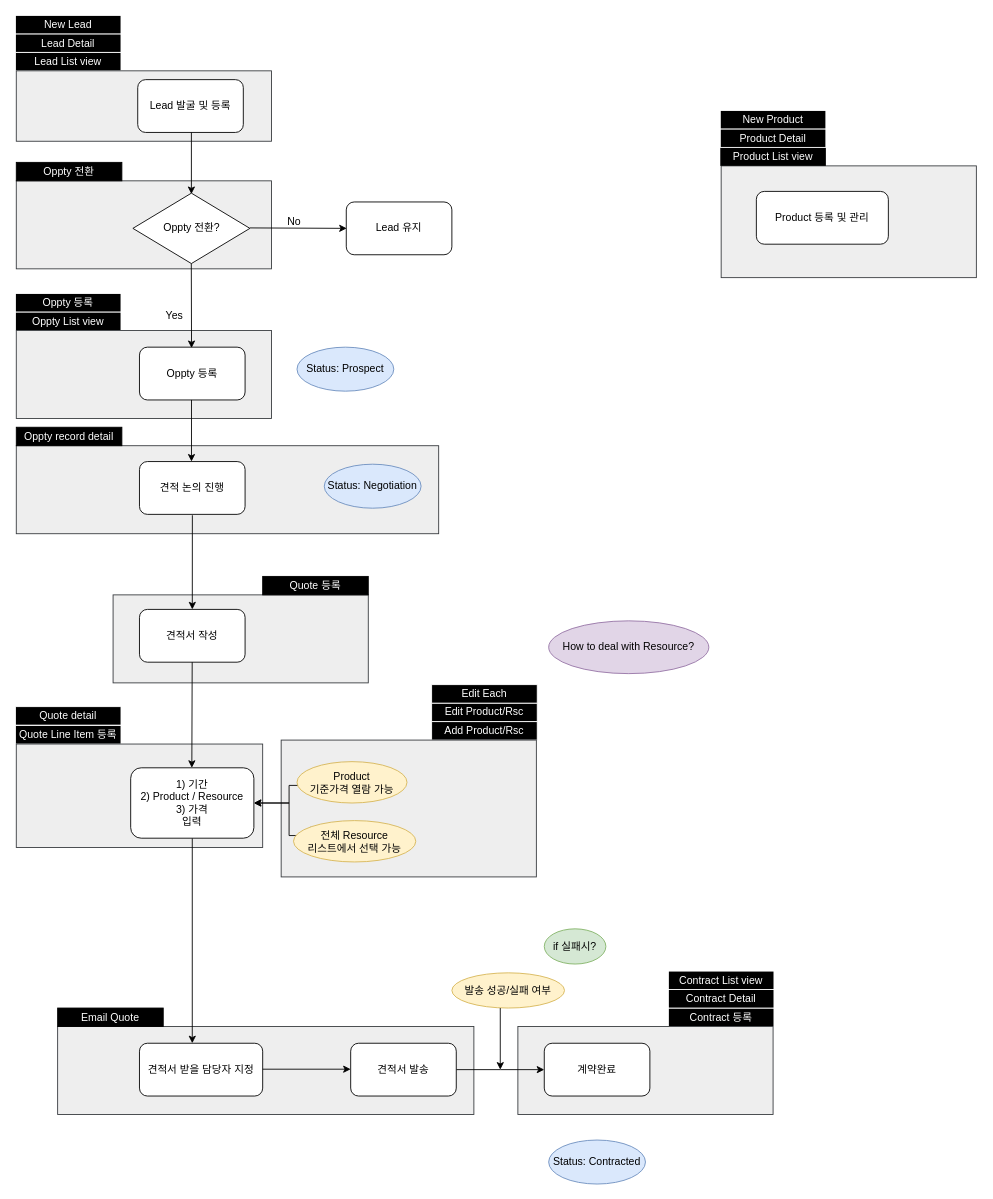
Before: page "Lead - Contract" (7 of 8) of cknet 오브젝트 및 프로세스.drawio in cknet-saleforce/newyork, a draw.io diagram. Source tidied: cells renumbered, new cells numbered last; positions are measured from the earlier drawing's top-left corner, leaving out a move shared by most shapes. Both pictures are drawn from the tidied source at 88%, with x=0, y=0 at pixel (15, 15).
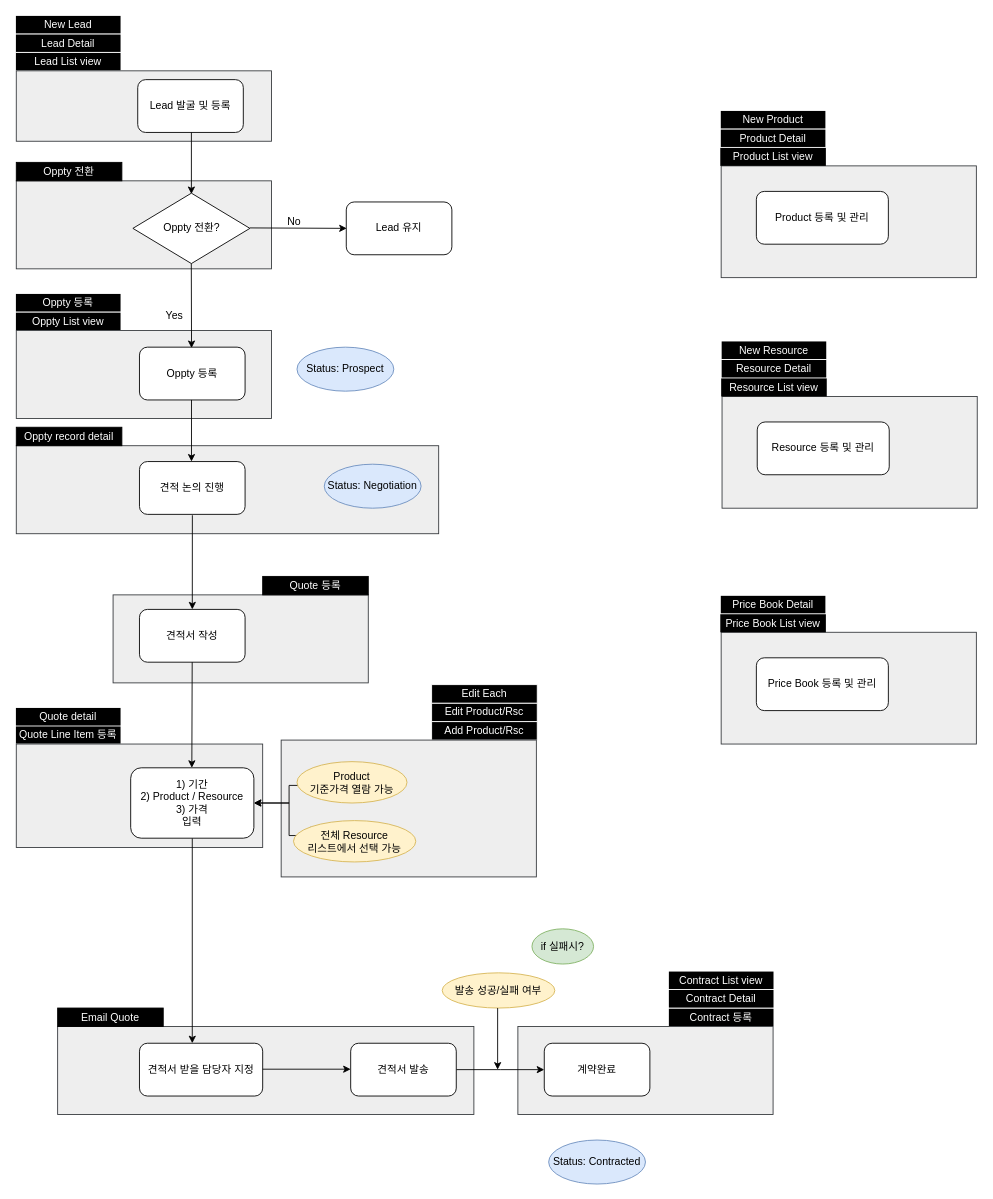
Above is the later version.

Commit message:
Resource, Price Book added

Diff of the diagram source:
```diff
@@
     <mxCell id="31" value="if 실패시?" style="ellipse;whiteSpace=wrap;html=1;fillColor=#d5e8d4;strokeColor=#82b366;" parent="1" vertex="1">
-      <mxGeometry x="601" y="1038" width="70" height="40" as="geometry" />
+      <mxGeometry x="587" y="1038" width="70" height="40" as="geometry" />
     </mxCell>
@@
     <mxCell id="42" value="발송 성공/실패 여부" style="ellipse;whiteSpace=wrap;html=1;fillColor=#fff2cc;strokeColor=#d6b656;" parent="1" vertex="1">
-      <mxGeometry x="496" y="1088" width="128" height="40" as="geometry" />
+      <mxGeometry x="485" y="1088" width="128" height="40" as="geometry" />
     </mxCell>
@@
     <mxCell id="53" style="endArrow=classic;html=1;rounded=0;entryX=0.5;entryY=0;entryDx=0;entryDy=0;exitX=0.5;exitY=1;exitDx=0;exitDy=0;" parent="1" edge="1">
       <mxGeometry relative="1" as="geometry">
-        <mxPoint x="551" y="1128" as="sourcePoint" />
-        <mxPoint x="551" y="1198" as="targetPoint" />
+        <mxPoint x="548" y="1128" as="sourcePoint" />
+        <mxPoint x="548" y="1198" as="targetPoint" />
       </mxGeometry>
     </mxCell>
@@
     <mxCell id="55" value="Quote detail" style="rounded=0;whiteSpace=wrap;html=1;labelBackgroundColor=none;fillColor=#000000;fontColor=#FFFFFF;strokeColor=#FFFFFF;" parent="1" vertex="1">
-      <mxGeometry y="785.5" width="120" height="21" as="geometry" />
+      <mxGeometry y="786.5" width="120" height="21" as="geometry" />
     </mxCell>
-    <mxCell id="56" value="How to deal with Resource?" style="ellipse;whiteSpace=wrap;html=1;fillColor=#e1d5e7;strokeColor=#9673a6;" parent="1" vertex="1">
-      <mxGeometry x="606" y="688" width="182" height="60" as="geometry" />
-    </mxCell>
@@
+    <mxCell id="65" style="rounded=0;whiteSpace=wrap;html=1;fillColor=#eeeeee;strokeColor=#36393d;" parent="1" vertex="1">
+      <mxGeometry x="803" y="433" width="290" height="127" as="geometry" />
+    </mxCell>
+    <mxCell id="66" value="Resource List view" style="rounded=0;whiteSpace=wrap;html=1;labelBackgroundColor=none;fillColor=#000000;fontColor=#FFFFFF;strokeColor=none;" parent="1" vertex="1">
+      <mxGeometry x="802" y="412" width="120" height="21" as="geometry" />
+    </mxCell>
+    <mxCell id="67" value="Resource Detail" style="rounded=0;whiteSpace=wrap;html=1;labelBackgroundColor=none;fillColor=#000000;fontColor=#FFFFFF;strokeColor=#FFFFFF;" parent="1" vertex="1">
+      <mxGeometry x="802" y="391" width="120" height="21" as="geometry" />
+    </mxCell>
+    <mxCell id="68" value="New Resource" style="rounded=0;whiteSpace=wrap;html=1;labelBackgroundColor=none;fillColor=#000000;fontColor=#FFFFFF;strokeColor=#FFFFFF;" parent="1" vertex="1">
+      <mxGeometry x="802" y="370" width="120" height="21" as="geometry" />
+    </mxCell>
+    <mxCell id="69" value="Resource 등록 및 관리" style="rounded=1;whiteSpace=wrap;html=1;" parent="1" vertex="1">
+      <mxGeometry x="843" y="462" width="150" height="60" as="geometry" />
+    </mxCell>
+    <mxCell id="70" style="rounded=0;whiteSpace=wrap;html=1;fillColor=#eeeeee;strokeColor=#36393d;" parent="1" vertex="1">
+      <mxGeometry x="802" y="701" width="290" height="127" as="geometry" />
+    </mxCell>
+    <mxCell id="71" value="Price Book List view" style="rounded=0;whiteSpace=wrap;html=1;labelBackgroundColor=none;fillColor=#000000;fontColor=#FFFFFF;strokeColor=none;" parent="1" vertex="1">
+      <mxGeometry x="801" y="680" width="120" height="21" as="geometry" />
+    </mxCell>
+    <mxCell id="72" value="Price Book Detail" style="rounded=0;whiteSpace=wrap;html=1;labelBackgroundColor=none;fillColor=#000000;fontColor=#FFFFFF;strokeColor=#FFFFFF;" parent="1" vertex="1">
+      <mxGeometry x="801" y="659" width="120" height="21" as="geometry" />
+    </mxCell>
+    <mxCell id="73" value="Price Book 등록 및 관리" style="rounded=1;whiteSpace=wrap;html=1;" parent="1" vertex="1">
+      <mxGeometry x="842" y="730" width="150" height="60" as="geometry" />
+    </mxCell>
```
